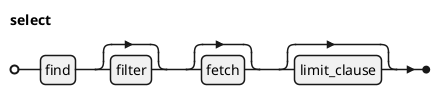
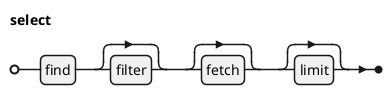
@startebnf
' border and background
skinparam legendBorderColor transparent
skinparam legendBackgroundColor white

'title select

- select = find, [filter], [fetch], [limit_clause]
+ select = find, [filter], [fetch], [limit]
;

@endebnf
